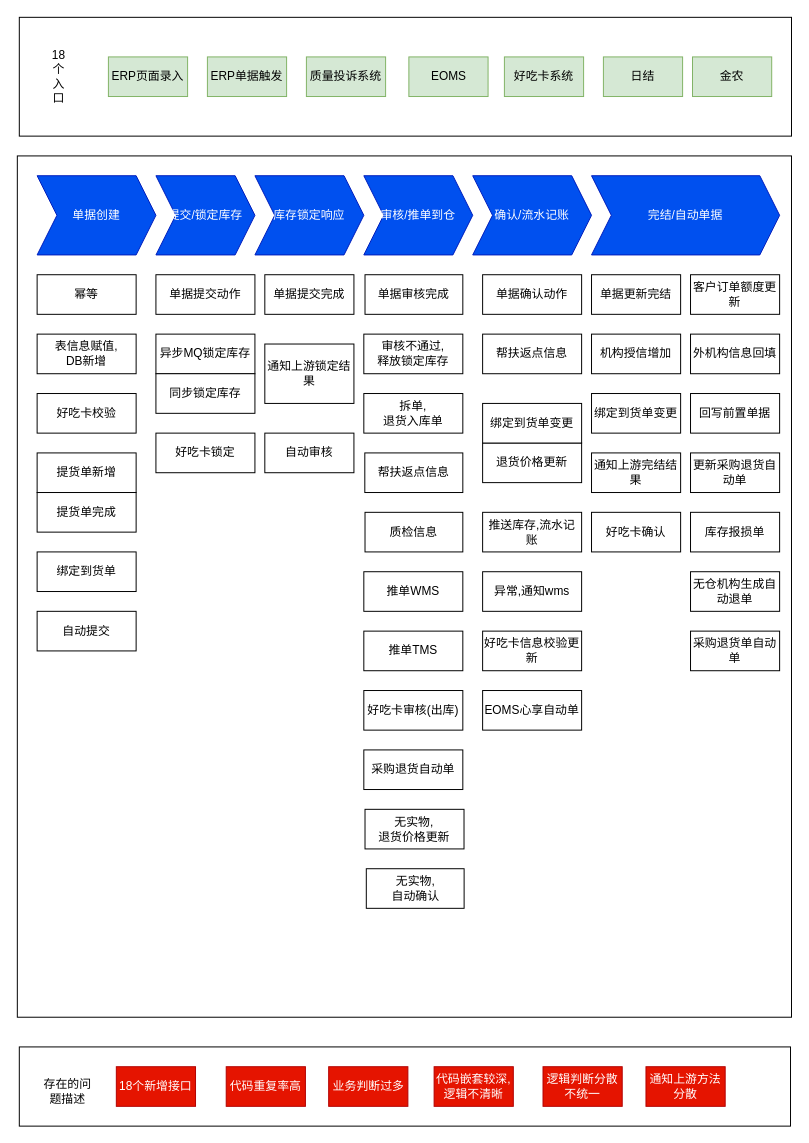
The draw.io diagram page "退货业务架构图(旧)" (2 of 8) of 销售退货中台化业务梳理图.drawio in fengj1202/draw, before the edit. Source tidied: cells renumbered, new cells numbered last; positions are measured from the earlier drawing's top-left corner, leaving out a move shared by most shapes. Both pictures are drawn from the tidied source at 99%, with x=0, y=0 at pixel (17, 17).
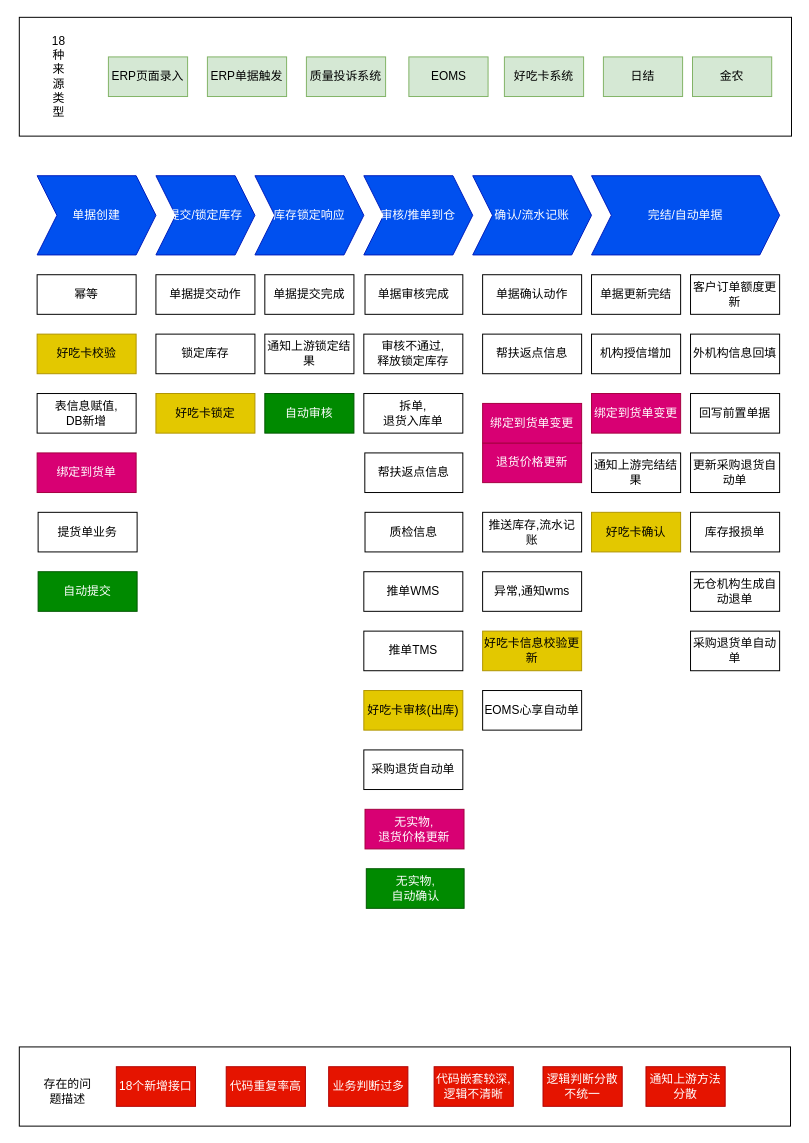
Above is the later version.

Commit message:
更新销售退货中台化业务梳理图.drawio

Diff of the diagram source:
```diff
@@
-    <mxCell id="2" style="rounded=0;whiteSpace=wrap;html=1;" parent="1" vertex="1">
-      <mxGeometry y="140" width="782" height="870" as="geometry" />
-    </mxCell>
@@
-    <mxCell id="15" value="18个入口" style="text;html=1;align=center;verticalAlign=middle;whiteSpace=wrap;rounded=0;" parent="1" vertex="1">
+    <mxCell id="15" value="18种来源类型" style="text;html=1;align=center;verticalAlign=middle;whiteSpace=wrap;rounded=0;" parent="1" vertex="1">
       <mxGeometry x="32" y="10" width="20" height="100" as="geometry" />
     </mxCell>
@@
-    <mxCell id="17" value="异步MQ锁定库存" style="rounded=0;whiteSpace=wrap;html=1;" parent="1" vertex="1">
+    <mxCell id="17" value="锁定库存" style="rounded=0;whiteSpace=wrap;html=1;" parent="1" vertex="1">
       <mxGeometry x="140" y="320" width="100" height="40" as="geometry" />
     </mxCell>
-    <mxCell id="18" value="好吃卡锁定" style="rounded=0;whiteSpace=wrap;html=1;" parent="1" vertex="1">
-      <mxGeometry x="140" y="420" width="100" height="40" as="geometry" />
+    <mxCell id="18" value="好吃卡锁定" style="rounded=0;whiteSpace=wrap;html=1;fillColor=#e3c800;fontColor=#000000;strokeColor=#B09500;" parent="1" vertex="1">
+      <mxGeometry x="140" y="380" width="100" height="40" as="geometry" />
     </mxCell>
-    <mxCell id="19" value="同步锁定库存" style="rounded=0;whiteSpace=wrap;html=1;" parent="1" vertex="1">
-      <mxGeometry x="140" y="360" width="100" height="40" as="geometry" />
-    </mxCell>
@@
-    <mxCell id="22" value="自动审核" style="rounded=0;whiteSpace=wrap;html=1;" parent="1" vertex="1">
-      <mxGeometry x="250" y="420" width="90" height="40" as="geometry" />
+    <mxCell id="22" value="自动审核" style="rounded=0;whiteSpace=wrap;html=1;fillColor=#008a00;fontColor=#ffffff;strokeColor=#005700;" parent="1" vertex="1">
+      <mxGeometry x="250" y="380" width="90" height="40" as="geometry" />
     </mxCell>
     <mxCell id="23" value="通知上游锁定结果" style="rounded=0;whiteSpace=wrap;html=1;" parent="1" vertex="1">
-      <mxGeometry x="250" y="330" width="90" height="60" as="geometry" />
+      <mxGeometry x="250" y="320" width="90" height="40" as="geometry" />
     </mxCell>
-    <mxCell id="24" value="无实物,&lt;div&gt;退货价格更新&lt;/div&gt;" style="rounded=0;whiteSpace=wrap;html=1;" parent="1" vertex="1">
+    <mxCell id="24" value="无实物,&lt;div&gt;退货价格更新&lt;/div&gt;" style="rounded=0;whiteSpace=wrap;html=1;fillColor=#d80073;fontColor=#ffffff;strokeColor=#A50040;" parent="1" vertex="1">
       <mxGeometry x="351.2" y="800" width="100" height="40" as="geometry" />
     </mxCell>
@@
-    <mxCell id="30" value="无实物,&lt;div&gt;自动确认&lt;/div&gt;" style="rounded=0;whiteSpace=wrap;html=1;" parent="1" vertex="1">
+    <mxCell id="30" value="无实物,&lt;div&gt;自动确认&lt;/div&gt;" style="rounded=0;whiteSpace=wrap;html=1;fillColor=#008a00;fontColor=#ffffff;strokeColor=#005700;" parent="1" vertex="1">
       <mxGeometry x="352.5" y="860" width="98.8" height="40" as="geometry" />
     </mxCell>
-    <mxCell id="31" value="好吃卡审核(出库)" style="rounded=0;whiteSpace=wrap;html=1;" parent="1" vertex="1">
+    <mxCell id="31" value="好吃卡审核(出库)" style="rounded=0;whiteSpace=wrap;html=1;fillColor=#e3c800;fontColor=#000000;strokeColor=#B09500;" parent="1" vertex="1">
       <mxGeometry x="350" y="680" width="100" height="40" as="geometry" />
     </mxCell>
@@
-    <mxCell id="33" value="退货价格更新" style="rounded=0;whiteSpace=wrap;html=1;" parent="1" vertex="1">
+    <mxCell id="33" value="退货价格更新" style="rounded=0;whiteSpace=wrap;html=1;fillColor=#d80073;fontColor=#ffffff;strokeColor=#A50040;" parent="1" vertex="1">
       <mxGeometry x="470" y="430" width="100" height="40" as="geometry" />
     </mxCell>
@@
-    <mxCell id="38" value="好吃卡信息校验更新" style="rounded=0;whiteSpace=wrap;html=1;" parent="1" vertex="1">
+    <mxCell id="38" value="好吃卡信息校验更新" style="rounded=0;whiteSpace=wrap;html=1;fillColor=#e3c800;fontColor=#000000;strokeColor=#B09500;" parent="1" vertex="1">
       <mxGeometry x="470" y="620" width="100" height="40" as="geometry" />
     </mxCell>
@@
-    <mxCell id="41" value="绑定到货单变更" style="rounded=0;whiteSpace=wrap;html=1;" parent="1" vertex="1">
+    <mxCell id="41" value="绑定到货单变更" style="rounded=0;whiteSpace=wrap;html=1;fillColor=#d80073;fontColor=#ffffff;strokeColor=#A50040;" parent="1" vertex="1">
       <mxGeometry x="470" y="390" width="100" height="40" as="geometry" />
     </mxCell>
@@
-    <mxCell id="48" value="绑定到货单变更" style="rounded=0;whiteSpace=wrap;html=1;" parent="1" vertex="1">
+    <mxCell id="48" value="绑定到货单变更" style="rounded=0;whiteSpace=wrap;html=1;fillColor=#d80073;fontColor=#ffffff;strokeColor=#A50040;" parent="1" vertex="1">
       <mxGeometry x="580" y="380" width="90" height="40" as="geometry" />
     </mxCell>
-    <mxCell id="49" value="好吃卡确认" style="rounded=0;whiteSpace=wrap;html=1;" parent="1" vertex="1">
+    <mxCell id="49" value="好吃卡确认" style="rounded=0;whiteSpace=wrap;html=1;fillColor=#e3c800;fontColor=#000000;strokeColor=#B09500;" parent="1" vertex="1">
       <mxGeometry x="580" y="500" width="90" height="40" as="geometry" />
     </mxCell>
@@
     <mxCell id="56" value="表信息赋值,&lt;div&gt;DB新增&lt;/div&gt;" style="rounded=0;whiteSpace=wrap;html=1;" parent="1" vertex="1">
-      <mxGeometry x="20" y="320" width="100" height="40" as="geometry" />
+      <mxGeometry x="20" y="380" width="100" height="40" as="geometry" />
     </mxCell>
-    <mxCell id="57" value="绑定到货单" style="rounded=0;whiteSpace=wrap;html=1;" parent="1" vertex="1">
-      <mxGeometry x="20" y="540" width="100" height="40" as="geometry" />
+    <mxCell id="57" value="绑定到货单" style="rounded=0;whiteSpace=wrap;html=1;fillColor=#d80073;fontColor=#ffffff;strokeColor=#A50040;" parent="1" vertex="1">
+      <mxGeometry x="20" y="440" width="100" height="40" as="geometry" />
     </mxCell>
-    <mxCell id="58" value="好吃卡校验" style="rounded=0;whiteSpace=wrap;html=1;" parent="1" vertex="1">
-      <mxGeometry x="20" y="380" width="100" height="40" as="geometry" />
+    <mxCell id="58" value="好吃卡校验" style="rounded=0;whiteSpace=wrap;html=1;fillColor=#e3c800;fontColor=#000000;strokeColor=#B09500;" parent="1" vertex="1">
+      <mxGeometry x="20" y="320" width="100" height="40" as="geometry" />
     </mxCell>
-    <mxCell id="59" value="提货单新增" style="rounded=0;whiteSpace=wrap;html=1;" parent="1" vertex="1">
-      <mxGeometry x="20" y="440" width="100" height="40" as="geometry" />
+    <mxCell id="59" value="提货单业务" style="rounded=0;whiteSpace=wrap;html=1;" parent="1" vertex="1">
+      <mxGeometry x="21" y="500" width="100" height="40" as="geometry" />
     </mxCell>
-    <mxCell id="60" value="提货单完成" style="rounded=0;whiteSpace=wrap;html=1;" parent="1" vertex="1">
-      <mxGeometry x="20" y="480" width="100" height="40" as="geometry" />
-    </mxCell>
-    <mxCell id="61" value="自动提交" style="rounded=0;whiteSpace=wrap;html=1;" parent="1" vertex="1">
-      <mxGeometry x="20" y="600" width="100" height="40" as="geometry" />
+    <mxCell id="61" value="自动提交" style="rounded=0;whiteSpace=wrap;html=1;fillColor=#008a00;fontColor=#ffffff;strokeColor=#005700;" parent="1" vertex="1">
+      <mxGeometry x="21" y="560" width="100" height="40" as="geometry" />
     </mxCell>
```
